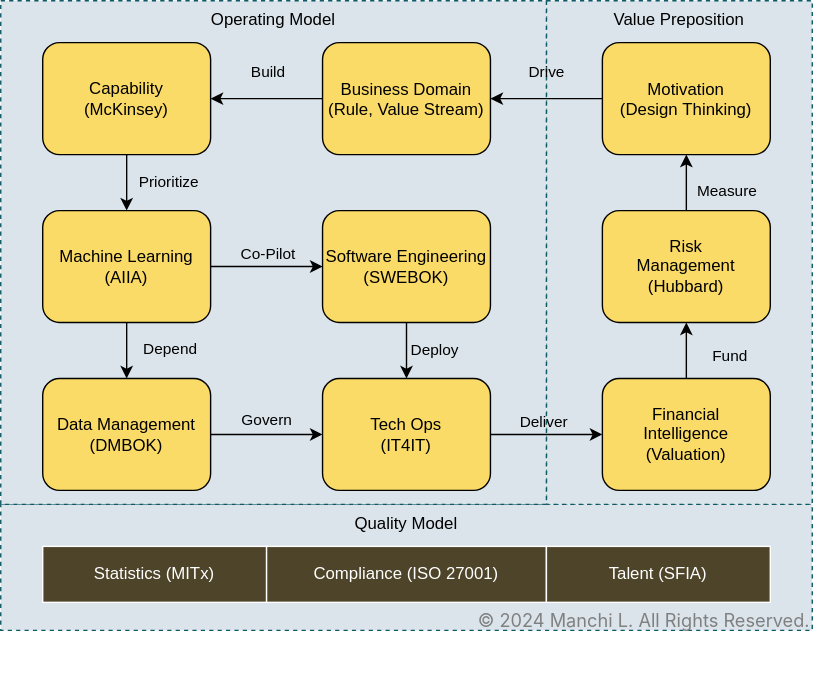
This is antora/docs/modules/ROOT/images/bok.drawio.svg from man-chi/foundation, a draw.io export, as it was before one commit. Source tidied: cells renumbered, new cells last; positions are measured from the earlier drawing's top-left corner, leaving out a move shared by most shapes.
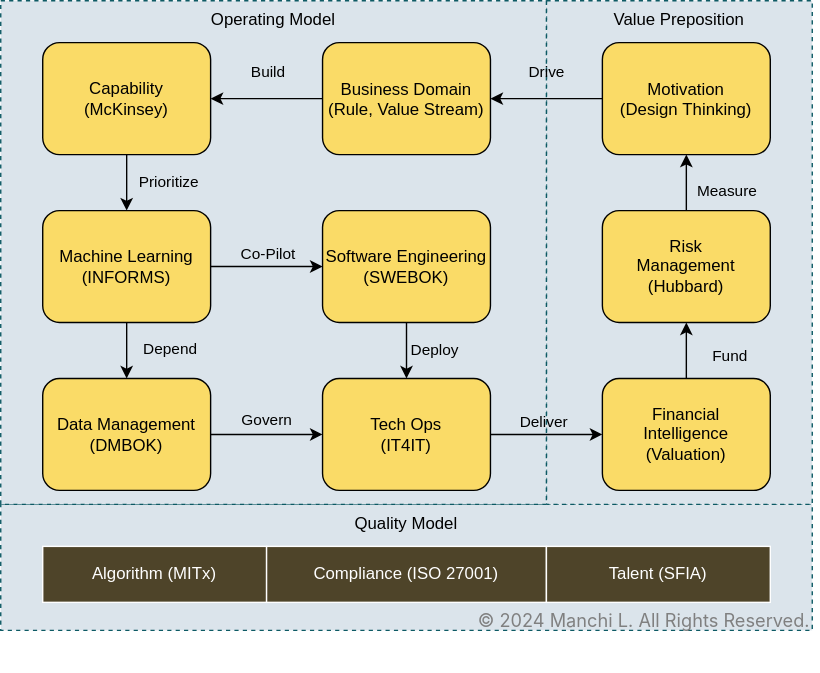
After the change.

Diff of the diagram source:
```diff
@@ -64,7 +64,7 @@
         <mxPoint x="29" as="offset" />
       </mxGeometry>
     </mxCell>
-    <mxCell id="19" value="Machine Learning&lt;br&gt;(AIIA)" style="rounded=1;whiteSpace=wrap;html=1;fillColor=#FADB67;" parent="1" vertex="1">
+    <mxCell id="19" value="Machine Learning&lt;br&gt;(INFORMS)" style="rounded=1;whiteSpace=wrap;html=1;fillColor=#FADB67;" parent="1" vertex="1">
       <mxGeometry x="30" y="150" width="120" height="80" as="geometry" />
     </mxCell>
     <mxCell id="20" style="edgeStyle=orthogonalEdgeStyle;rounded=0;jettySize=auto;html=1;" parent="1" edge="1" source="22" target="32">
@@ -114,7 +114,7 @@
     <mxCell id="32" value="Financial&lt;br&gt;Intelligence&lt;br&gt;(Valuation)" style="rounded=1;whiteSpace=wrap;html=1;fillColor=#FADB67;" parent="1" vertex="1">
       <mxGeometry x="430" y="270" width="120" height="80" as="geometry" />
     </mxCell>
-    <mxCell id="33" value="&lt;span style=&quot;&quot;&gt;Statistics (MITx)&lt;/span&gt;" style="rounded=0;whiteSpace=wrap;html=1;strokeColor=#FFFFFF;fillColor=#4E4429;fontColor=#FFFFFF;" parent="1" vertex="1">
+    <mxCell id="33" value="&lt;span style=&quot;&quot;&gt;Algorithm (MITx)&lt;/span&gt;" style="rounded=0;whiteSpace=wrap;html=1;strokeColor=#FFFFFF;fillColor=#4E4429;fontColor=#FFFFFF;" parent="1" vertex="1">
       <mxGeometry x="30" y="390" width="160" height="40" as="geometry" />
     </mxCell>
     <mxCell id="34" value="Compliance (ISO 27001)" style="rounded=0;whiteSpace=wrap;html=1;strokeColor=#FFFFFF;fillColor=#4E4429;fontColor=#FFFFFF;" parent="1" vertex="1">
```
